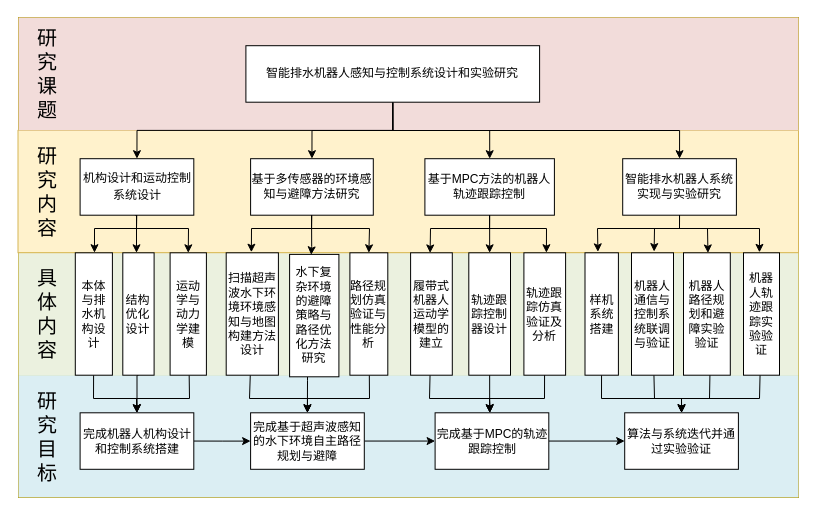
Before: lcy.drawio in lcy958756276-dev/my_llm_training, a draw.io diagram. Source tidied: cells renumbered, new cells numbered last; positions are measured from the earlier drawing's top-left corner, leaving out a move shared by most shapes. Both pictures are drawn from the tidied source at 100%, with x=0, y=0 at pixel (17, 17).
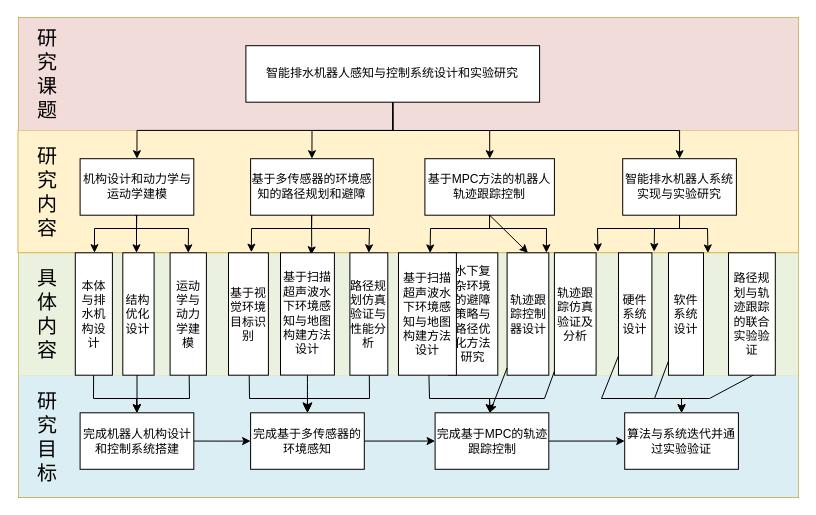
Above is the later version.

The change refers to these unchanged cells:
```xml
<mxCell id="2" style="group;fillColor=#e3c800;fontColor=#000000;strokeColor=#B09500;" parent="1" vertex="1">
  <mxGeometry x="1" width="780" height="480" as="geometry" />
</mxCell>
<mxCell id="5" style="rounded=0;whiteSpace=wrap;html=1;fillColor=#fff2cc;strokeColor=#d6b656;" parent="2" vertex="1">
  <mxGeometry x="-0.5" y="112.9" width="780.5" height="122.3" as="geometry" />
</mxCell>
<mxCell id="29" value="智能排水机器人系统实现与实验研究" style="rounded=0;whiteSpace=wrap;html=1;fontFamily=宋体;" parent="2" vertex="1">
  <mxGeometry x="604.2" y="141.2" width="113.7" height="56.5" as="geometry" />
</mxCell>
<mxCell id="42" value="算法与系统迭代并通过实验验证" style="rounded=0;whiteSpace=wrap;html=1;fontFamily=宋体;" parent="2" vertex="1">
  <mxGeometry x="606.2" y="395.3" width="113.7" height="56.5" as="geometry" />
</mxCell>
```

Diff of the diagram source:
```diff
@@
-    <mxCell id="8" value="&lt;span&gt;&lt;span&gt;&lt;span style=&quot;&quot; class=&quot;citation-511&quot;&gt;机构设计和运动控制系统设计&lt;/span&gt;&lt;/span&gt;&lt;span class=&quot;citation-511&quot;&gt;&lt;/span&gt;&lt;/span&gt;&lt;span&gt;&lt;sup class=&quot;superscript&quot;&gt;&lt;/sup&gt;&lt;/span&gt;" style="rounded=0;whiteSpace=wrap;html=1;fontFamily=宋体;" parent="2" vertex="1">
+    <mxCell id="8" value="&lt;span&gt;&lt;span&gt;&lt;span style=&quot;&quot; class=&quot;citation-511&quot;&gt;机构设计和动力学与运动学建模&lt;/span&gt;&lt;/span&gt;&lt;/span&gt;" style="rounded=0;whiteSpace=wrap;html=1;fontFamily=宋体;" parent="2" vertex="1">
       <mxGeometry x="61.6" y="141.2" width="113.7" height="56.5" as="geometry" />
     </mxCell>
@@
-    <mxCell id="17" value="基于多传感器的环境感知与避障方法研究" style="rounded=0;whiteSpace=wrap;html=1;fontFamily=宋体;" parent="2" vertex="1">
+    <mxCell id="17" value="基于多传感器的环境感知的路径规划和避障" style="rounded=0;whiteSpace=wrap;html=1;fontFamily=宋体;" parent="2" vertex="1">
       <mxGeometry x="232.1" y="141.2" width="122.7" height="56.5" as="geometry" />
     </mxCell>
-    <mxCell id="18" style="edgeStyle=orthogonalEdgeStyle;rounded=0;jettySize=auto;html=1;" parent="2" edge="1" source="19">
-      <mxGeometry relative="1" as="geometry">
-        <mxPoint x="288.9" y="395.3" as="targetPoint" />
-        <Array as="points">
-          <mxPoint x="289" y="362.8" />
-          <mxPoint x="289" y="362.8" />
-        </Array>
-      </mxGeometry>
-    </mxCell>
     <mxCell id="19" value="水下复杂环境的避障策略与路径优化方法研究" style="rounded=0;whiteSpace=wrap;html=1;fontFamily=宋体;" parent="2" vertex="1">
-      <mxGeometry x="271.1" y="236.9" width="49.3" height="122.4" as="geometry" />
+      <mxGeometry x="430" y="235.3" width="49.3" height="122.4" as="geometry" />
     </mxCell>
@@
-    <mxCell id="21" value="扫描超声波水下环境环境感知与地图构建方法设计" style="rounded=0;whiteSpace=wrap;html=1;fontFamily=宋体;" parent="2" vertex="1">
-      <mxGeometry x="207.7" y="235.3" width="52.2" height="122.4" as="geometry" />
+    <mxCell id="21" value="基于视觉环境目标识别" style="rounded=0;whiteSpace=wrap;html=1;fontFamily=宋体;" parent="2" vertex="1">
+      <mxGeometry x="210" y="235.3" width="39.9" height="122.4" as="geometry" />
     </mxCell>
@@
     <mxCell id="25" value="轨迹跟踪控制器设计" style="rounded=0;whiteSpace=wrap;html=1;fontFamily=宋体;" parent="2" vertex="1">
-      <mxGeometry x="450.3" y="235.3" width="41.7" height="122.4" as="geometry" />
+      <mxGeometry x="488.6" y="235.3" width="41.7" height="122.4" as="geometry" />
     </mxCell>
@@
-    <mxCell id="27" value="履带式机器人运动学模型的建立" style="rounded=0;whiteSpace=wrap;html=1;fontFamily=宋体;" parent="2" vertex="1">
-      <mxGeometry x="392.1" y="235.3" width="41.7" height="122.4" as="geometry" />
+    <mxCell id="27" value="基于扫描超声波水下环境感知与地图构建方法设计" style="rounded=0;whiteSpace=wrap;html=1;fontFamily=宋体;" parent="2" vertex="1">
+      <mxGeometry x="380" y="235.3" width="57.9" height="122.4" as="geometry" />
     </mxCell>
@@
-    <mxCell id="31" value="机器人通信与控制系统联调与验证" style="rounded=0;whiteSpace=wrap;html=1;fontFamily=宋体;" parent="2" vertex="1">
-      <mxGeometry x="613" y="235.3" width="42" height="122.4" as="geometry" />
+    <mxCell id="31" value="软件系统设计" style="rounded=0;whiteSpace=wrap;html=1;fontFamily=宋体;" parent="2" vertex="1">
+      <mxGeometry x="650" y="235.3" width="35" height="122.4" as="geometry" />
     </mxCell>
@@
-    <mxCell id="33" value="样机系统搭建" style="rounded=0;whiteSpace=wrap;html=1;fontFamily=宋体;" parent="2" vertex="1">
-      <mxGeometry x="566.5" y="235.3" width="33.4" height="122.4" as="geometry" />
+    <mxCell id="33" value="硬件系统设计" style="rounded=0;whiteSpace=wrap;html=1;fontFamily=宋体;" parent="2" vertex="1">
+      <mxGeometry x="600" y="235.3" width="33.4" height="122.4" as="geometry" />
     </mxCell>
@@
-    <mxCell id="35" value="机器人路径规划和避障实验验证" style="rounded=0;whiteSpace=wrap;html=1;fontFamily=宋体;" parent="2" vertex="1">
-      <mxGeometry x="665" y="235.3" width="46.8" height="122.4" as="geometry" />
+    <mxCell id="35" value="路径规划与轨迹跟踪的联合实验验证" style="rounded=0;whiteSpace=wrap;html=1;fontFamily=宋体;" parent="2" vertex="1">
+      <mxGeometry x="710" y="235.3" width="46.8" height="122.4" as="geometry" />
     </mxCell>
@@
-    <mxCell id="39" value="完成基于超声波感知的水下环境自主路径规划与避障" style="rounded=0;whiteSpace=wrap;html=1;fontFamily=宋体;" parent="2" vertex="1">
+    <mxCell id="39" value="完成基于多传感器的环境感知" style="rounded=0;whiteSpace=wrap;html=1;fontFamily=宋体;" parent="2" vertex="1">
       <mxGeometry x="232.1" y="395.3" width="113.7" height="56.5" as="geometry" />
     </mxCell>
@@
     <mxCell id="52" value="轨迹跟踪仿真验证及分析" style="rounded=0;whiteSpace=wrap;html=1;fontFamily=宋体;" parent="2" vertex="1">
-      <mxGeometry x="505.4" y="235.3" width="41.7" height="122.4" as="geometry" />
+      <mxGeometry x="535.9" y="235.3" width="41.7" height="122.4" as="geometry" />
     </mxCell>
-    <mxCell id="53" style="edgeStyle=none;rounded=0;jettySize=auto;html=1;entryX=0.5;entryY=0;entryDx=0;entryDy=0;elbow=vertical;" parent="2" edge="1" source="54" target="42">
-      <mxGeometry relative="1" as="geometry">
-        <Array as="points">
-          <mxPoint x="741" y="381" />
-          <mxPoint x="663" y="381" />
-        </Array>
-      </mxGeometry>
-    </mxCell>
-    <mxCell id="54" value="机器人轨迹跟踪实验验证" style="rounded=0;whiteSpace=wrap;html=1;fontFamily=宋体;" parent="2" vertex="1">
-      <mxGeometry x="725" y="235.3" width="36" height="122.4" as="geometry" />
-    </mxCell>
@@
-    <mxCell id="65" style="edgeStyle=none;rounded=0;jettySize=auto;html=1;entryX=0.95;entryY=0.997;entryDx=0;entryDy=0;entryPerimeter=0;elbow=vertical;" parent="2" edge="1" source="29" target="5">
-      <mxGeometry relative="1" as="geometry">
-        <Array as="points">
-          <mxPoint x="661" y="211" />
-          <mxPoint x="741" y="211" />
-        </Array>
-      </mxGeometry>
-    </mxCell>
+    <mxCell id="66" style="edgeStyle=none;curved=1;rounded=0;jettySize=auto;html=1;fontSize=12;startSize=8;endSize=8;" parent="2" edge="1" source="67" target="39">
+      <mxGeometry relative="1" as="geometry" />
+    </mxCell>
+    <mxCell id="67" value="基于扫描超声波水下环境感知与地图构建方法设计" style="rounded=0;whiteSpace=wrap;html=1;fontFamily=宋体;" parent="2" vertex="1">
+      <mxGeometry x="262" y="235.3" width="53.9" height="122.3" as="geometry" />
+    </mxCell>
```
